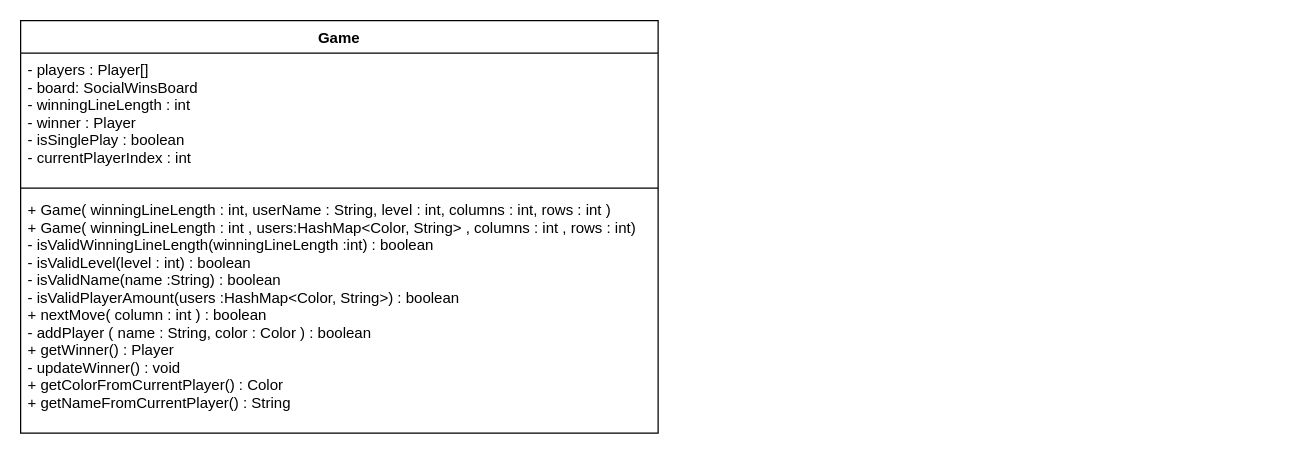
Earlier version of the draw.io diagram Documents/Class Diagramm/class-diagramm.drawio (YvesBraendli/SocialWins_PM2). Source tidied: cells renumbered, new cells numbered last; positions are measured from the earlier drawing's top-left corner, leaving out a move shared by most shapes. Both pictures are drawn from the tidied source at 125%, with x=0, y=0 at pixel (20, 20).
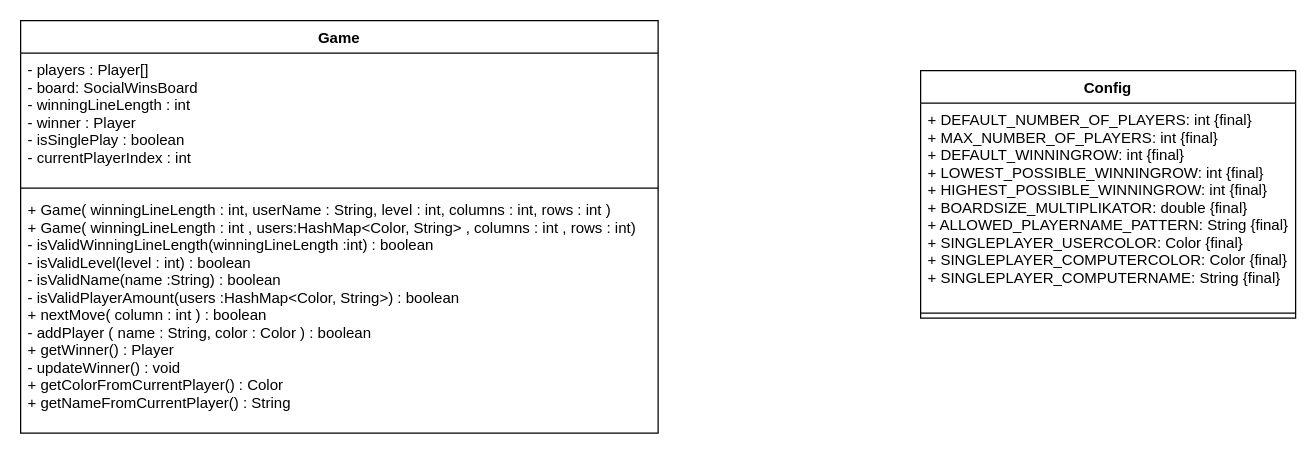
The same diagram, later.

Commit message (it also covers changes not shown here):
updated class diagramm

What changed in the source:
```diff
@@
 <mxGraphModel>
   <root>
     <mxCell id="0" />
     <mxCell id="1" parent="0" />
     <mxCell id="2" value="Game&#10;" style="swimlane;fontStyle=1;align=center;verticalAlign=top;horizontal=1;startSize=26;" parent="1" vertex="1">
       <mxGeometry width="510" height="330" as="geometry" />
     </mxCell>
     <mxCell id="3" value="- players : Player[]&#10;- board: SocialWinsBoard&#10;- winningLineLength : int&#10;- winner : Player&#10;- isSinglePlay : boolean&#10;- currentPlayerIndex : int" style="text;strokeColor=none;fillColor=none;align=left;verticalAlign=top;spacingLeft=4;spacingRight=4;overflow=hidden;" parent="2" vertex="1">
       <mxGeometry y="26" width="510" height="104" as="geometry" />
     </mxCell>
     <mxCell id="4" style="line;strokeWidth=1;fillColor=none;align=left;verticalAlign=middle;spacingTop=-1;spacingLeft=3;spacingRight=3;labelPosition=right;" parent="2" vertex="1">
       <mxGeometry y="130" width="510" height="8" as="geometry" />
     </mxCell>
     <mxCell id="5" value="+ Game( winningLineLength : int, userName : String, level : int, columns : int, rows : int )&#10;+ Game( winningLineLength : int , users:HashMap&lt;Color, String&gt; , columns : int , rows : int) &#10;- isValidWinningLineLength(winningLineLength :int) : boolean&#10;- isValidLevel(level : int) : boolean&#10;- isValidName(name :String) : boolean&#10;- isValidPlayerAmount(users :HashMap&lt;Color, String&gt;) : boolean&#10;+ nextMove( column : int ) : boolean&#10;- addPlayer ( name : String, color : Color ) : boolean&#10;+ getWinner() : Player&#10;- updateWinner() : void&#10;+ getColorFromCurrentPlayer() : Color&#10;+ getNameFromCurrentPlayer() : String" style="text;strokeColor=none;fillColor=none;align=left;verticalAlign=top;spacingLeft=4;spacingRight=4;overflow=hidden;" parent="2" vertex="1">
       <mxGeometry y="138" width="510" height="192" as="geometry" />
     </mxCell>
+    <mxCell id="6" value="Config" style="swimlane;fontStyle=1;align=center;verticalAlign=top;horizontal=1;startSize=26;" parent="1" vertex="1">
+      <mxGeometry x="720" y="40" width="300" height="198" as="geometry" />
+    </mxCell>
+    <mxCell id="7" value="+ DEFAULT_NUMBER_OF_PLAYERS: int {final}&#10;+ MAX_NUMBER_OF_PLAYERS: int {final}&#10;+ DEFAULT_WINNINGROW: int {final}&#10;+ LOWEST_POSSIBLE_WINNINGROW: int {final}&#10;+ HIGHEST_POSSIBLE_WINNINGROW: int {final}&#10;+ BOARDSIZE_MULTIPLIKATOR: double {final}&#10;+ ALLOWED_PLAYERNAME_PATTERN: String {final}&#10;+ SINGLEPLAYER_USERCOLOR: Color {final}&#10;+ SINGLEPLAYER_COMPUTERCOLOR: Color {final}&#10;+ SINGLEPLAYER_COMPUTERNAME: String {final}" style="text;strokeColor=none;fillColor=none;align=left;verticalAlign=top;spacingLeft=4;spacingRight=4;overflow=hidden;" parent="6" vertex="1">
+      <mxGeometry y="26" width="300" height="164" as="geometry" />
+    </mxCell>
+    <mxCell id="8" style="line;strokeWidth=1;fillColor=none;align=left;verticalAlign=middle;spacingTop=-1;spacingLeft=3;spacingRight=3;labelPosition=right;" parent="6" vertex="1">
+      <mxGeometry y="190" width="300" height="8" as="geometry" />
+    </mxCell>
   </root>
 </mxGraphModel>
```
